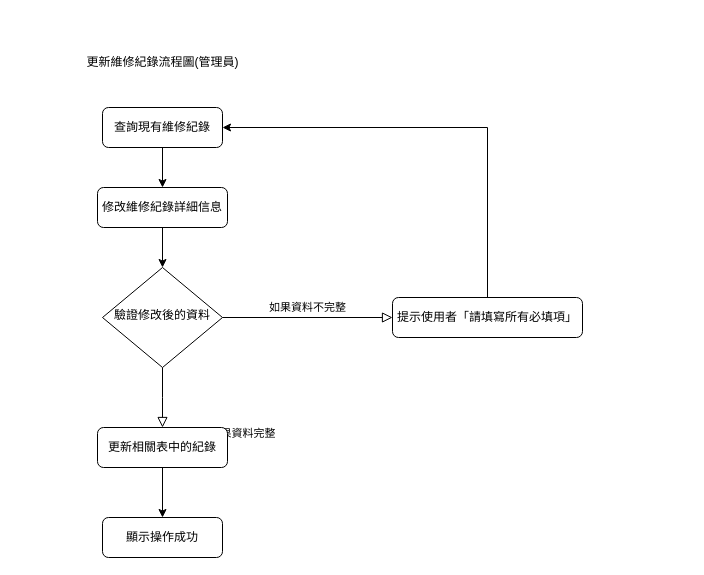
The draw.io diagram 系統流程圖(更新維修紀錄流程圖).drawio in hak99101314/Maintenance-inquiry-system, before the edit. Source tidied: cells renumbered, new cells numbered last; positions are measured from the earlier drawing's top-left corner, leaving out a move shared by most shapes. Both pictures are drawn from the tidied source at 100%, with x=0, y=0 at pixel (72, 47).
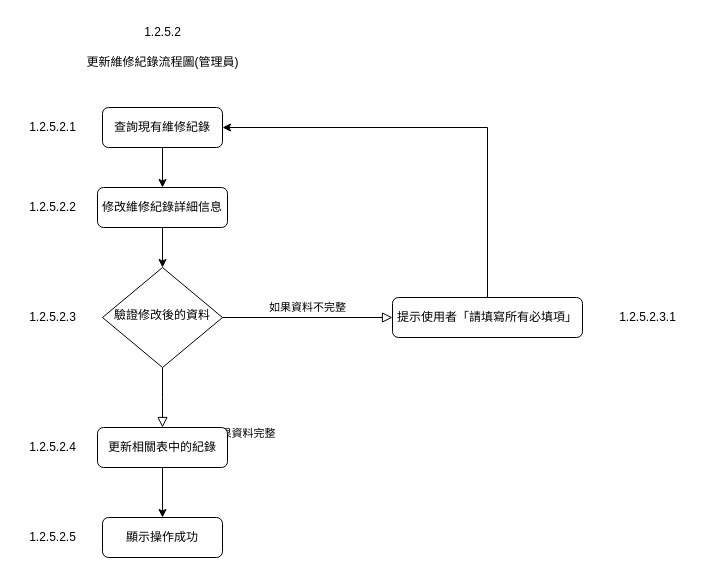
Above is the later version.

Commit message:
更新系統流程圖(更新維修紀錄流程圖).drawio

What changed in the source:
```diff
@@
+    <mxCell id="15" value="1.2.5.2" style="text;html=1;align=center;verticalAlign=middle;strokeColor=none;fillColor=none;" parent="1" vertex="1">
+      <mxGeometry x="60" y="-30" width="60" height="30" as="geometry" />
+    </mxCell>
+    <mxCell id="16" value="1.2.5.2.1" style="text;html=1;align=center;verticalAlign=middle;strokeColor=none;fillColor=none;" parent="1" vertex="1">
+      <mxGeometry x="-55" y="65" width="70" height="30" as="geometry" />
+    </mxCell>
+    <mxCell id="17" value="1.2.5.2.2" style="text;html=1;align=center;verticalAlign=middle;strokeColor=none;fillColor=none;" parent="1" vertex="1">
+      <mxGeometry x="-55" y="145" width="70" height="30" as="geometry" />
+    </mxCell>
+    <mxCell id="18" value="1.2.5.2.3" style="text;html=1;align=center;verticalAlign=middle;strokeColor=none;fillColor=none;" parent="1" vertex="1">
+      <mxGeometry x="-55" y="255" width="70" height="30" as="geometry" />
+    </mxCell>
+    <mxCell id="19" value="1.2.5.2.3.1" style="text;html=1;align=center;verticalAlign=middle;strokeColor=none;fillColor=none;" parent="1" vertex="1">
+      <mxGeometry x="535" y="255" width="80" height="30" as="geometry" />
+    </mxCell>
+    <mxCell id="20" value="1.2.5.2.4" style="text;html=1;align=center;verticalAlign=middle;strokeColor=none;fillColor=none;" parent="1" vertex="1">
+      <mxGeometry x="-55" y="385" width="70" height="30" as="geometry" />
+    </mxCell>
+    <mxCell id="21" value="1.2.5.2.5" style="text;html=1;align=center;verticalAlign=middle;strokeColor=none;fillColor=none;" parent="1" vertex="1">
+      <mxGeometry x="-55" y="475" width="70" height="30" as="geometry" />
+    </mxCell>
```
